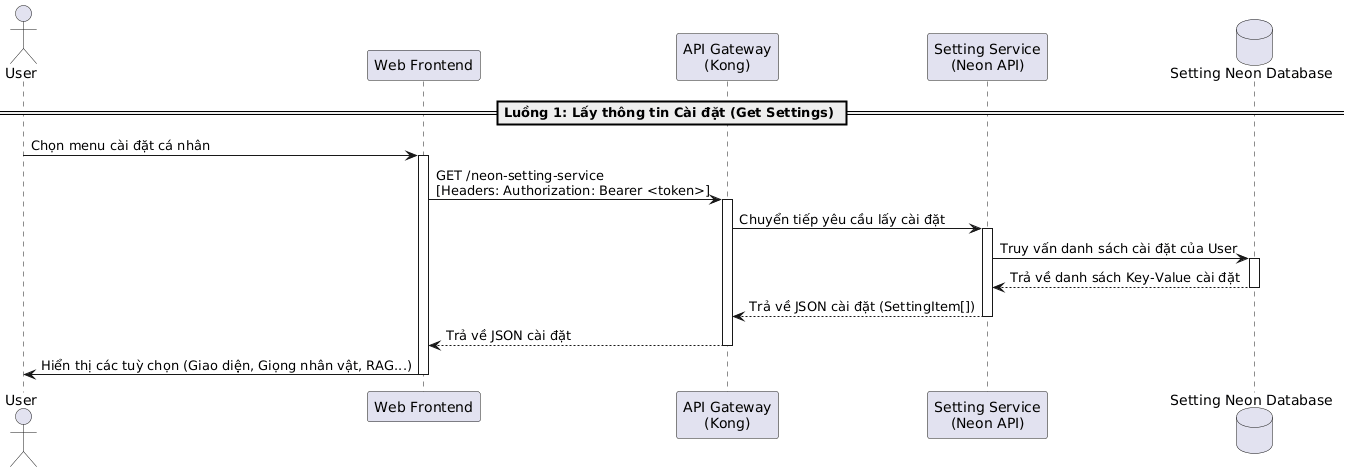
20206205Tech/docs-latex keeps this PlantUML diagram as latex/contents/Sequence/UML-Sequence-UserGetSettings.png. Above is the earlier version.
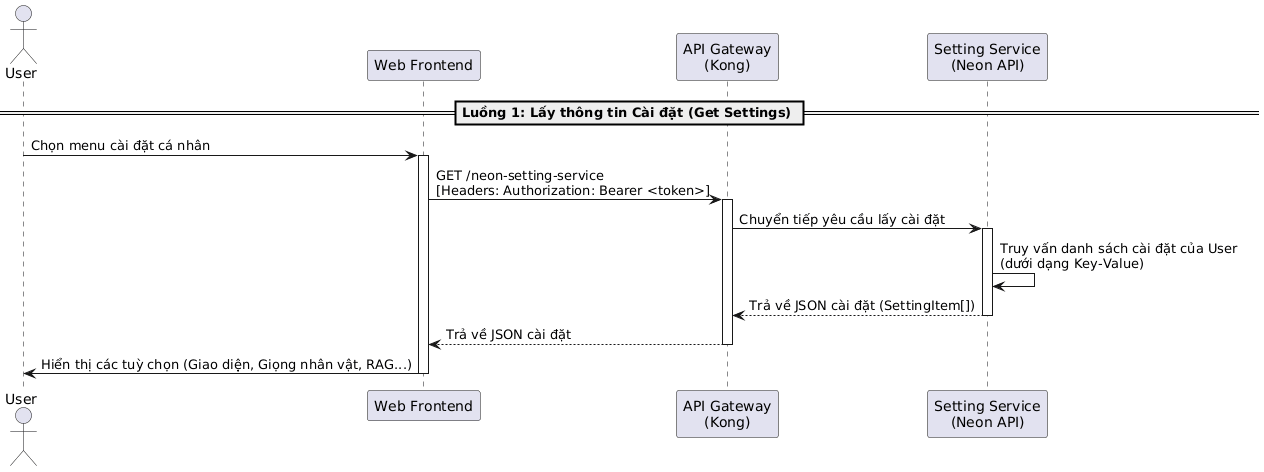
After the commit.

The edit, as a diff of the source:
```diff
@@ -3,7 +3,6 @@
 participant "Web Frontend" as Frontend
 participant "API Gateway\n(Kong)" as Kong
 participant "Setting Service\n(Neon API)" as SettingService
-database "Setting Neon Database" as DB
 
 == Luồng 1: Lấy thông tin Cài đặt (Get Settings) ==
 User -> Frontend: Chọn menu cài đặt cá nhân
@@ -11,14 +10,15 @@
 
 Frontend -> Kong: GET /neon-setting-service \n[Headers: Authorization: Bearer <token>]
 activate Kong
+
 Kong -> SettingService: Chuyển tiếp yêu cầu lấy cài đặt
 activate SettingService
-SettingService -> DB: Truy vấn danh sách cài đặt của User
-activate DB
-DB --> SettingService: Trả về danh sách Key-Value cài đặt
-deactivate DB
+
+SettingService -> SettingService: Truy vấn danh sách cài đặt của User\n(dưới dạng Key-Value)
+
 SettingService --> Kong: Trả về JSON cài đặt (SettingItem[])
 deactivate SettingService
+
 Kong --> Frontend: Trả về JSON cài đặt
 deactivate Kong
 
```
